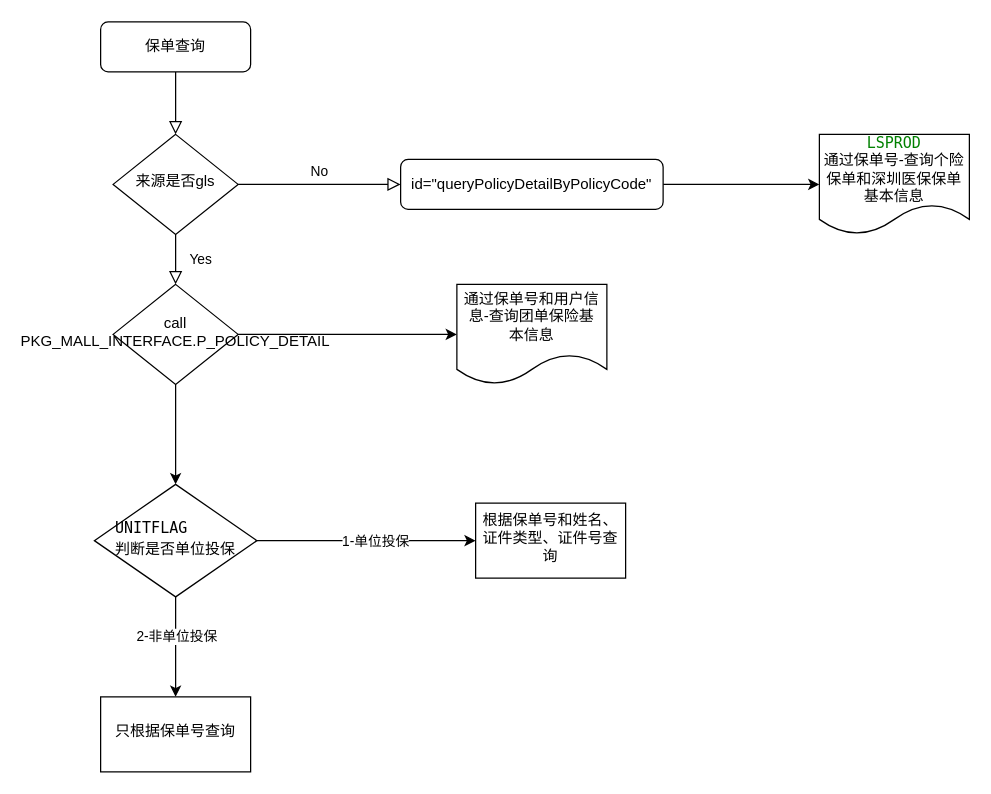
rainerpiao/cloud-computing keeps this draw.io diagram as policydetail.drawio. Above is the earlier version. Source tidied: cells renumbered, new cells numbered last; positions are measured from the earlier drawing's top-left corner, leaving out a move shared by most shapes. Both pictures are drawn from the tidied source at 125%, with x=0, y=0 at pixel (94, 21).
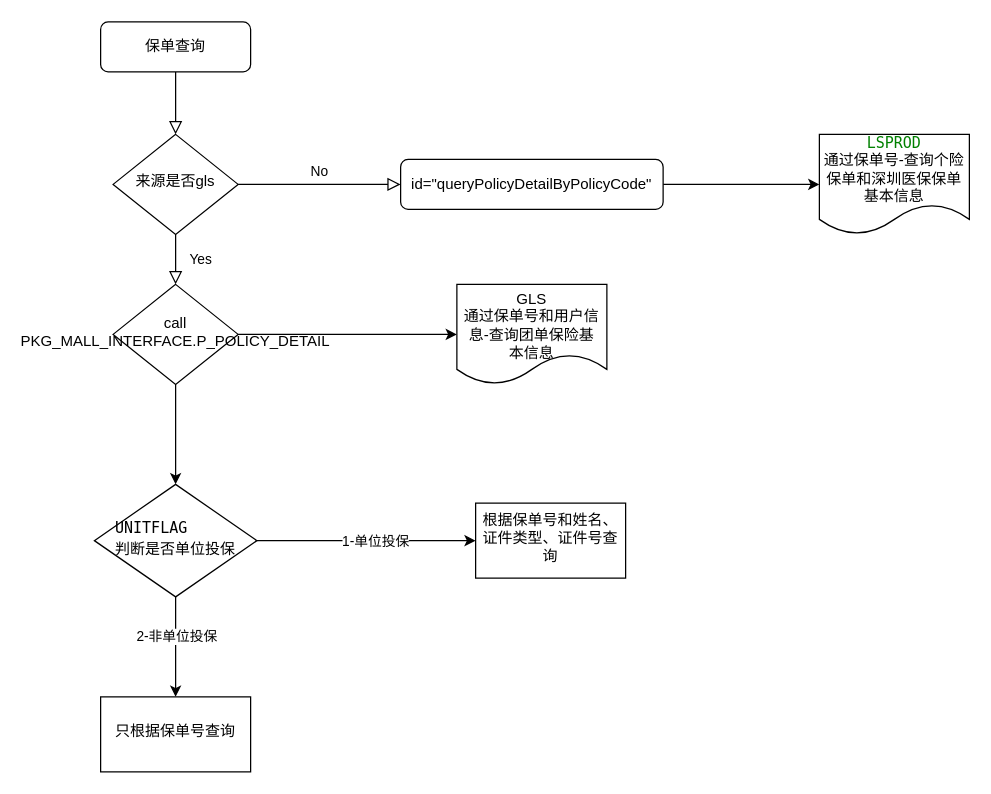
The same diagram, later.

Diff of the diagram source:
```diff
@@
-    <mxCell id="12" value="通过保单号和用户信息-查询团单保险基本信息" style="shape=document;whiteSpace=wrap;html=1;boundedLbl=1;shadow=0;strokeWidth=1;spacing=6;spacingTop=-4;" parent="1" vertex="1">
+    <mxCell id="12" value="&lt;br&gt;GLS&lt;br&gt;通过保单号和用户信息-查询团单保险基本信息" style="shape=document;whiteSpace=wrap;html=1;boundedLbl=1;shadow=0;strokeWidth=1;spacing=6;spacingTop=-4;" parent="1" vertex="1">
       <mxGeometry x="290" y="210" width="120" height="80" as="geometry" />
     </mxCell>
```
